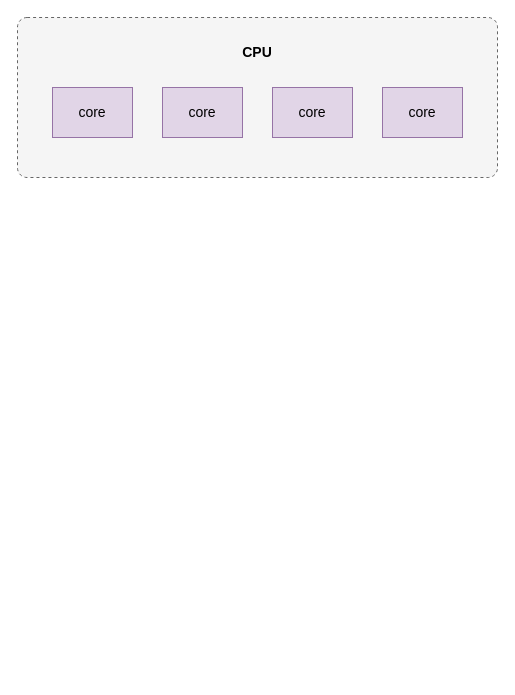
Before: drawio/并发编程/线程.drawio in hezhuma/image-repo, a draw.io diagram. Source tidied: cells renumbered, new cells numbered last; positions are measured from the earlier drawing's top-left corner, leaving out a move shared by most shapes. Both pictures are drawn from the tidied source at 100%, with x=0, y=0 at pixel (17, 17).
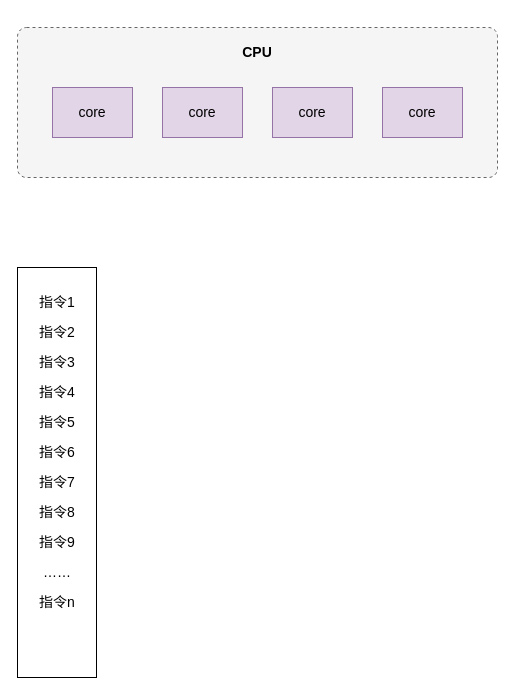
After the change.

The edit, as a diff of the source:
```diff
@@
 <mxGraphModel>
   <root>
     <mxCell id="0" />
     <mxCell id="1" parent="0" />
     <mxCell id="2" style="rounded=1;whiteSpace=wrap;html=1;dashed=1;arcSize=6;fillColor=#f5f5f5;fontColor=#333333;strokeColor=#666666;" parent="1" vertex="1">
-      <mxGeometry width="480" height="160" as="geometry" />
+      <mxGeometry y="10" width="480" height="150" as="geometry" />
     </mxCell>
     <mxCell id="3" value="&lt;font style=&quot;font-size: 14px;&quot;&gt;core&lt;/font&gt;" style="rounded=0;whiteSpace=wrap;html=1;fillColor=#e1d5e7;strokeColor=#9673a6;" parent="1" vertex="1">
       <mxGeometry x="35" y="70" width="80" height="50" as="geometry" />
     </mxCell>
     <mxCell id="4" value="&lt;font style=&quot;font-size: 14px;&quot;&gt;core&lt;/font&gt;" style="rounded=0;whiteSpace=wrap;html=1;fillColor=#e1d5e7;strokeColor=#9673a6;" parent="1" vertex="1">
       <mxGeometry x="145" y="70" width="80" height="50" as="geometry" />
     </mxCell>
     <mxCell id="5" value="&lt;font style=&quot;font-size: 14px;&quot;&gt;core&lt;/font&gt;" style="rounded=0;whiteSpace=wrap;html=1;fillColor=#e1d5e7;strokeColor=#9673a6;" parent="1" vertex="1">
       <mxGeometry x="255" y="70" width="80" height="50" as="geometry" />
     </mxCell>
     <mxCell id="6" value="&lt;font style=&quot;font-size: 14px;&quot;&gt;core&lt;/font&gt;" style="rounded=0;whiteSpace=wrap;html=1;fillColor=#e1d5e7;strokeColor=#9673a6;" parent="1" vertex="1">
       <mxGeometry x="365" y="70" width="80" height="50" as="geometry" />
     </mxCell>
     <mxCell id="7" value="CPU" style="text;html=1;strokeColor=none;fillColor=none;align=center;verticalAlign=middle;whiteSpace=wrap;rounded=0;fontSize=14;fontStyle=1;" parent="1" vertex="1">
       <mxGeometry x="210" y="20" width="60" height="30" as="geometry" />
     </mxCell>
+    <mxCell id="8" style="rounded=0;whiteSpace=wrap;html=1;fontSize=14;" parent="1" vertex="1">
+      <mxGeometry y="250" width="79" height="410" as="geometry" />
+    </mxCell>
+    <mxCell id="9" value="指令1" style="text;html=1;strokeColor=none;fillColor=none;align=center;verticalAlign=middle;whiteSpace=wrap;rounded=0;fontSize=14;" parent="1" vertex="1">
+      <mxGeometry x="9.5" y="270" width="60" height="30" as="geometry" />
+    </mxCell>
+    <mxCell id="10" value="指令2" style="text;html=1;strokeColor=none;fillColor=none;align=center;verticalAlign=middle;whiteSpace=wrap;rounded=0;fontSize=14;" parent="1" vertex="1">
+      <mxGeometry x="9.5" y="300" width="60" height="30" as="geometry" />
+    </mxCell>
+    <mxCell id="11" value="指令3" style="text;html=1;strokeColor=none;fillColor=none;align=center;verticalAlign=middle;whiteSpace=wrap;rounded=0;fontSize=14;" parent="1" vertex="1">
+      <mxGeometry x="9.5" y="330" width="60" height="30" as="geometry" />
+    </mxCell>
+    <mxCell id="12" value="指令4" style="text;html=1;strokeColor=none;fillColor=none;align=center;verticalAlign=middle;whiteSpace=wrap;rounded=0;fontSize=14;" parent="1" vertex="1">
+      <mxGeometry x="9.5" y="360" width="60" height="30" as="geometry" />
+    </mxCell>
+    <mxCell id="13" value="指令5" style="text;html=1;strokeColor=none;fillColor=none;align=center;verticalAlign=middle;whiteSpace=wrap;rounded=0;fontSize=14;" parent="1" vertex="1">
+      <mxGeometry x="9.5" y="390" width="60" height="30" as="geometry" />
+    </mxCell>
+    <mxCell id="14" value="指令6" style="text;html=1;strokeColor=none;fillColor=none;align=center;verticalAlign=middle;whiteSpace=wrap;rounded=0;fontSize=14;" parent="1" vertex="1">
+      <mxGeometry x="9.5" y="420" width="60" height="30" as="geometry" />
+    </mxCell>
+    <mxCell id="15" value="指令7" style="text;html=1;strokeColor=none;fillColor=none;align=center;verticalAlign=middle;whiteSpace=wrap;rounded=0;fontSize=14;" parent="1" vertex="1">
+      <mxGeometry x="9.5" y="450" width="60" height="30" as="geometry" />
+    </mxCell>
+    <mxCell id="16" value="指令8" style="text;html=1;strokeColor=none;fillColor=none;align=center;verticalAlign=middle;whiteSpace=wrap;rounded=0;fontSize=14;" parent="1" vertex="1">
+      <mxGeometry x="9.5" y="480" width="60" height="30" as="geometry" />
+    </mxCell>
+    <mxCell id="17" value="指令9" style="text;html=1;strokeColor=none;fillColor=none;align=center;verticalAlign=middle;whiteSpace=wrap;rounded=0;fontSize=14;" parent="1" vertex="1">
+      <mxGeometry x="9.5" y="510" width="60" height="30" as="geometry" />
+    </mxCell>
+    <mxCell id="18" value="……" style="text;html=1;strokeColor=none;fillColor=none;align=center;verticalAlign=middle;whiteSpace=wrap;rounded=0;fontSize=14;" parent="1" vertex="1">
+      <mxGeometry x="9.5" y="540" width="60" height="30" as="geometry" />
+    </mxCell>
+    <mxCell id="19" value="指令n" style="text;html=1;strokeColor=none;fillColor=none;align=center;verticalAlign=middle;whiteSpace=wrap;rounded=0;fontSize=14;" parent="1" vertex="1">
+      <mxGeometry x="9.5" y="570" width="60" height="30" as="geometry" />
+    </mxCell>
   </root>
 </mxGraphModel>
```
